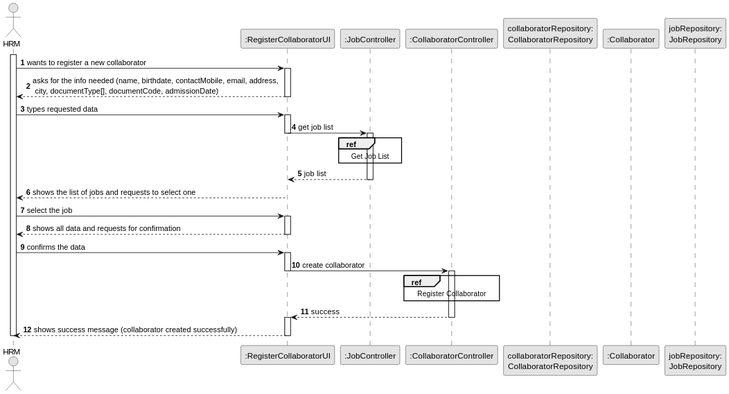
Earlier version of the PlantUML export docs/sprintB/us003/03.design/svg/us003-sequence-diagram-split.svg (RicardoMorim/lapr2-ISEP-Project).
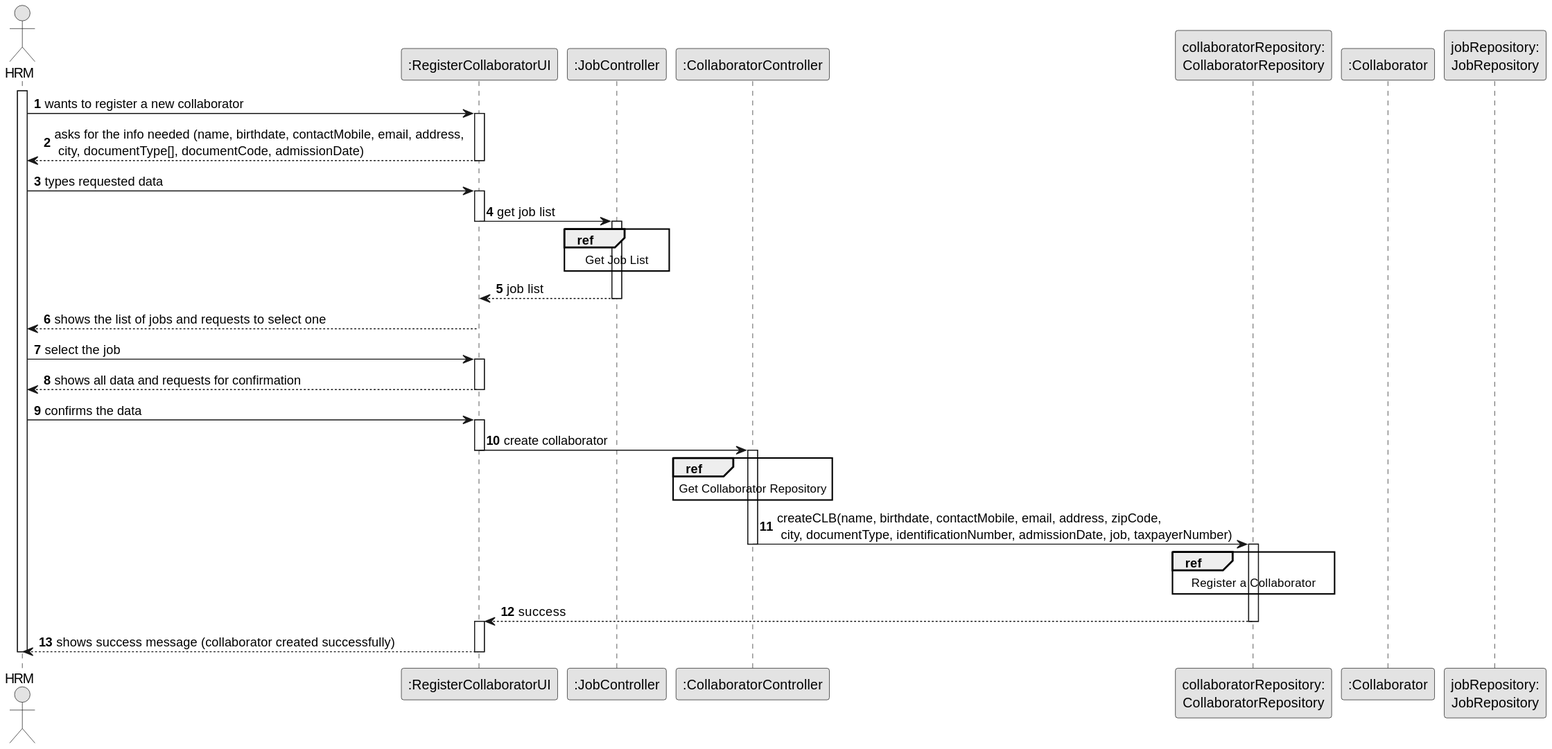
Later version of the same file.

What changed in the source:
```diff
@@ -61,11 +61,21 @@
         activate CTRL
 
             ref over CTRL
-            Register Collaborator
+            Get Collaborator Repository
             end ref
 
+            CTRL -> CLBREP : createCLB(name, birthdate, contactMobile, email, address, zipCode,\n city, documentType, identificationNumber, admissionDate, job, taxpayerNumber)
+            deactivate CTRL
 
-                CTRL --> UI : success
+            activate CLBREP
+
+            ref over CLBREP
+            Register a Collaborator
+            end ref
+
+            CLBREP --> UI : success
+            deactivate CLBREP
+
         deactivate CTRL
 
         activate UI
```
